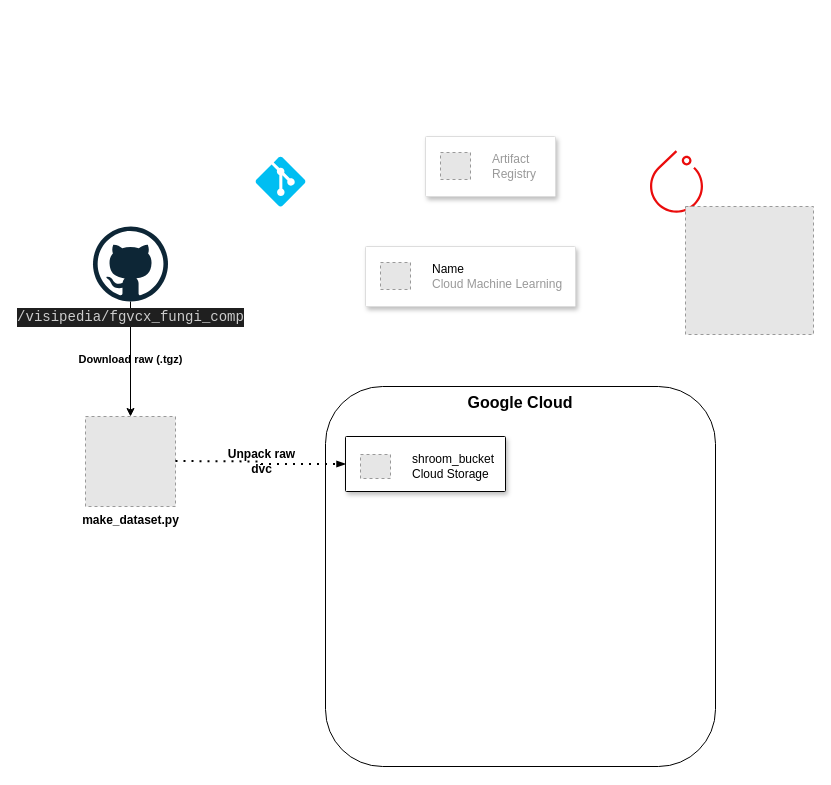
Earlier version of the draw.io diagram reports/figures/Untitled Diagram.drawio (MLOps-Group/shroom-classifier). Source tidied: cells renumbered, new cells numbered last; positions are measured from the earlier drawing's top-left corner, leaving out a move shared by most shapes. Both pictures are drawn from the tidied source at 100%, with x=0, y=0 at pixel (85, 136). Pictures stored in the file or linked from it are replaced by grey dashed boxes.
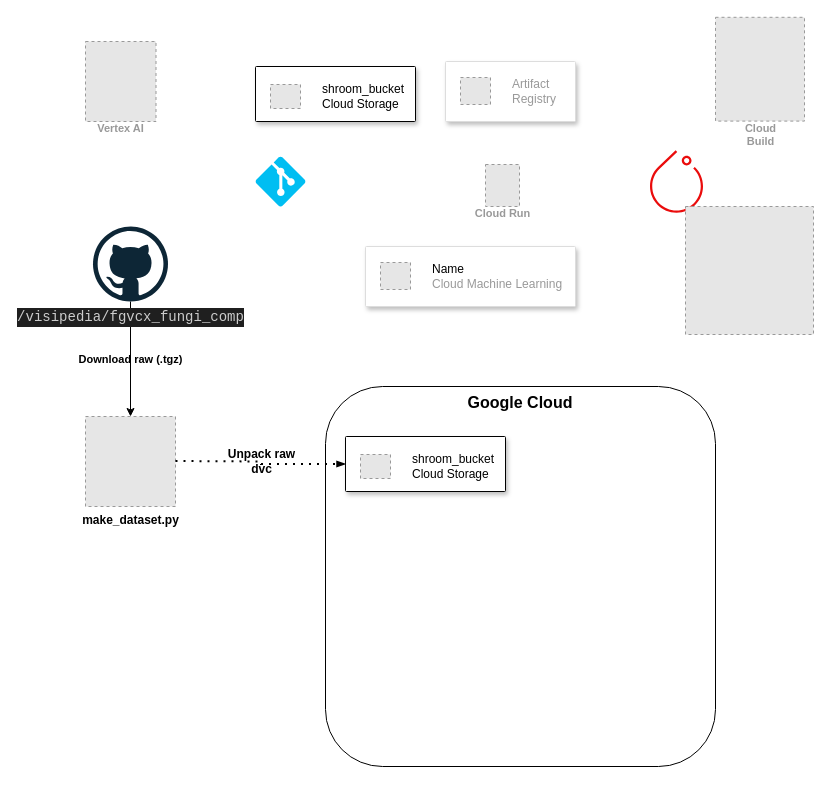
The same diagram, later.

The edit, as a diff of the source:
```diff
@@
     <mxCell id="10" style="strokeColor=#dddddd;shadow=1;strokeWidth=1;rounded=1;absoluteArcSize=1;arcSize=2;" parent="1" vertex="1">
-      <mxGeometry x="340" width="130" height="60" as="geometry" />
+      <mxGeometry x="360" y="-75" width="130" height="60" as="geometry" />
     </mxCell>
@@
+    <mxCell id="16" style="shadow=1;strokeWidth=1;rounded=1;absoluteArcSize=1;arcSize=2;labelBackgroundColor=none;" parent="1" vertex="1">
+      <mxGeometry x="170" y="-70" width="160" height="55" as="geometry" />
+    </mxCell>
+    <mxCell id="17" value="&lt;font color=&quot;#000000&quot;&gt;shroom_bucket&lt;/font&gt;&lt;br&gt;Cloud Storage" style="fillColor=#E6E6E6;strokeColor=#999999;dashed=1;html=1;verticalLabelPosition=middle;verticalAlign=middle;labelPosition=right;align=left;spacingLeft=20;labelBackgroundColor=none;" parent="16" vertex="1">
+      <mxGeometry width="30" height="24" relative="1" as="geometry">
+        <mxPoint x="15" y="18" as="offset" />
+      </mxGeometry>
+    </mxCell>
+    <mxCell id="18" value="Vertex AI" style="fillColor=#E6E6E6;strokeColor=#999999;dashed=1;html=1;verticalAlign=top;labelPosition=center;verticalLabelPosition=bottom;align=center;spacingTop=-6;fontSize=11;fontStyle=1;fontColor=#999999;" parent="1" vertex="1">
+      <mxGeometry y="-95" width="70.5" height="80" as="geometry" />
+    </mxCell>
+    <mxCell id="19" value="Cloud Run" style="fillColor=#E6E6E6;strokeColor=#999999;dashed=1;html=1;verticalAlign=top;labelPosition=center;verticalLabelPosition=bottom;align=center;spacingTop=-6;fontSize=11;fontStyle=1;fontColor=#999999;" parent="1" vertex="1">
+      <mxGeometry x="400" y="28" width="34" height="42" as="geometry" />
+    </mxCell>
+    <mxCell id="20" value="Cloud&#10;Build" style="fillColor=#E6E6E6;strokeColor=#999999;dashed=1;html=1;verticalAlign=top;labelPosition=center;verticalLabelPosition=bottom;align=center;spacingTop=-6;fontSize=11;fontStyle=1;fontColor=#999999;" parent="1" vertex="1">
+      <mxGeometry x="630" y="-119.2" width="89" height="103.8" as="geometry" />
+    </mxCell>
```
